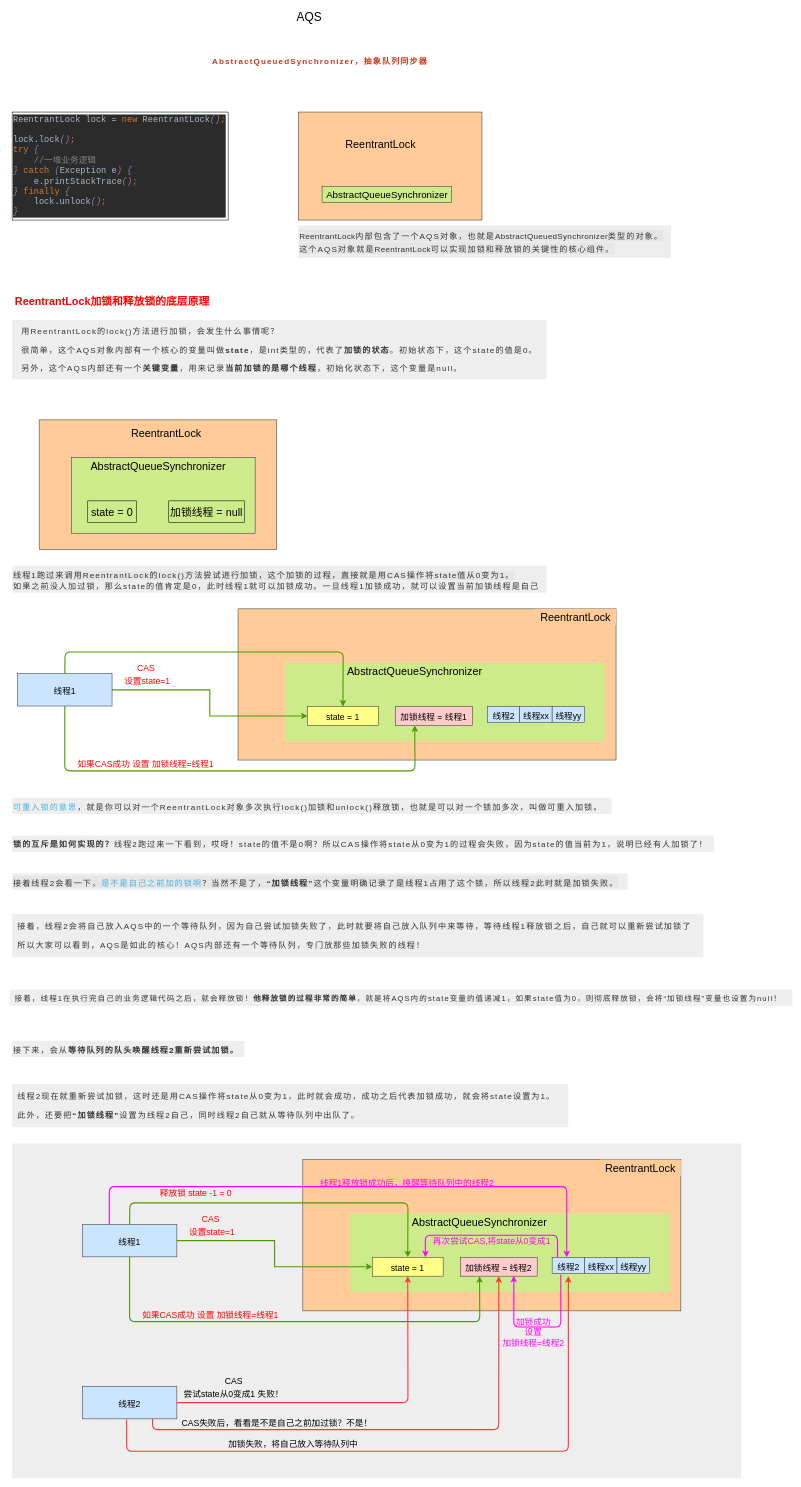
The draw.io diagram page "AQS" (7 of 8) of CI/CI/moeed.drawio in liudongdong0909/draw, before the edit. Source tidied: cells renumbered, new cells numbered last; positions are measured from the earlier drawing's top-left corner, leaving out a move shared by most shapes. Both pictures are drawn from the tidied source at 54%, with x=0, y=0 at pixel (9, 9).
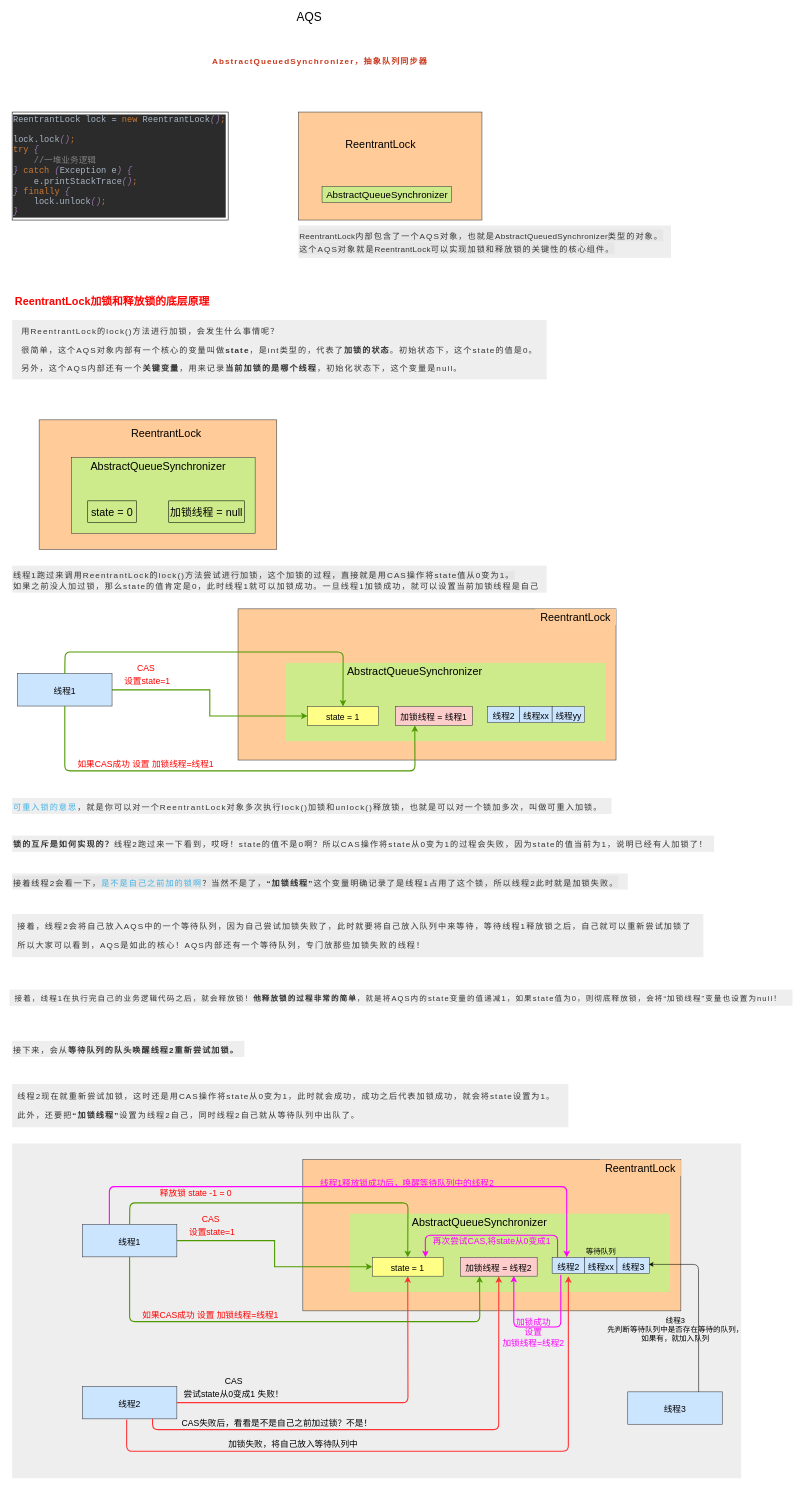
The same diagram, later.

The change refers to these unchanged cells:
```xml
<mxCell id="33" style="group;" parent="32" vertex="1">
  <mxGeometry width="700" height="280" as="geometry" />
</mxCell>
<mxCell id="40" style="group;" parent="33" vertex="1">
  <mxGeometry x="461.7" y="180.8" width="180" height="35" as="geometry" />
</mxCell>
```

Diff of the diagram source:
```diff
@@
-    <mxCell id="43" value="&lt;span style=&quot;font-size: 16px&quot;&gt;线程yy&lt;/span&gt;" style="text;html=1;align=center;verticalAlign=middle;points=[];fontSize=20;fillColor=#cce5ff;strokeColor=#36393d;" parent="40" vertex="1">
+    <mxCell id="43" value="&lt;span style=&quot;font-size: 16px&quot;&gt;线程3&lt;/span&gt;" style="text;html=1;align=center;verticalAlign=middle;points=[];fontSize=20;fillColor=#cce5ff;strokeColor=#36393d;" parent="40" vertex="1">
       <mxGeometry x="120" width="60" height="30" as="geometry" />
     </mxCell>
@@
+    <mxCell id="83" value="&lt;font style=&quot;font-size: 14px&quot;&gt;等待队列&lt;/font&gt;" style="text;html=1;align=center;verticalAlign=middle;" parent="33" vertex="1">
+      <mxGeometry x="516.7" y="160" width="70" height="20" as="geometry" />
+    </mxCell>
@@
+    <mxCell id="84" value="&lt;font style=&quot;font-size: 16px&quot;&gt;线程3&lt;/font&gt;" style="whiteSpace=wrap;html=1;fillColor=#cce5ff;fontSize=20;align=center;strokeColor=#36393d;" parent="1" vertex="1">
+      <mxGeometry x="1145" y="2560" width="175" height="60" as="geometry" />
+    </mxCell>
+    <mxCell id="85" style="endArrow=classic;html=1;exitX=0.75;exitY=0;exitDx=0;exitDy=0;entryX=0.983;entryY=0.439;entryDx=0;entryDy=0;entryPerimeter=0;" parent="1" edge="1" source="84" target="43">
+      <mxGeometry relative="1" as="geometry">
+        <Array as="points">
+          <mxPoint x="1276" y="2324" />
+        </Array>
+      </mxGeometry>
+    </mxCell>
+    <mxCell id="86" value="&lt;font style=&quot;font-size: 14px&quot;&gt;线程3&lt;br&gt;先判断等待队列中是否存在等待的队列，&lt;br&gt;如果有，就加入队列&lt;/font&gt;" style="text;html=1;align=center;verticalAlign=middle;" parent="1" vertex="1">
+      <mxGeometry x="1097.5" y="2420" width="270" height="50" as="geometry" />
+    </mxCell>
```
